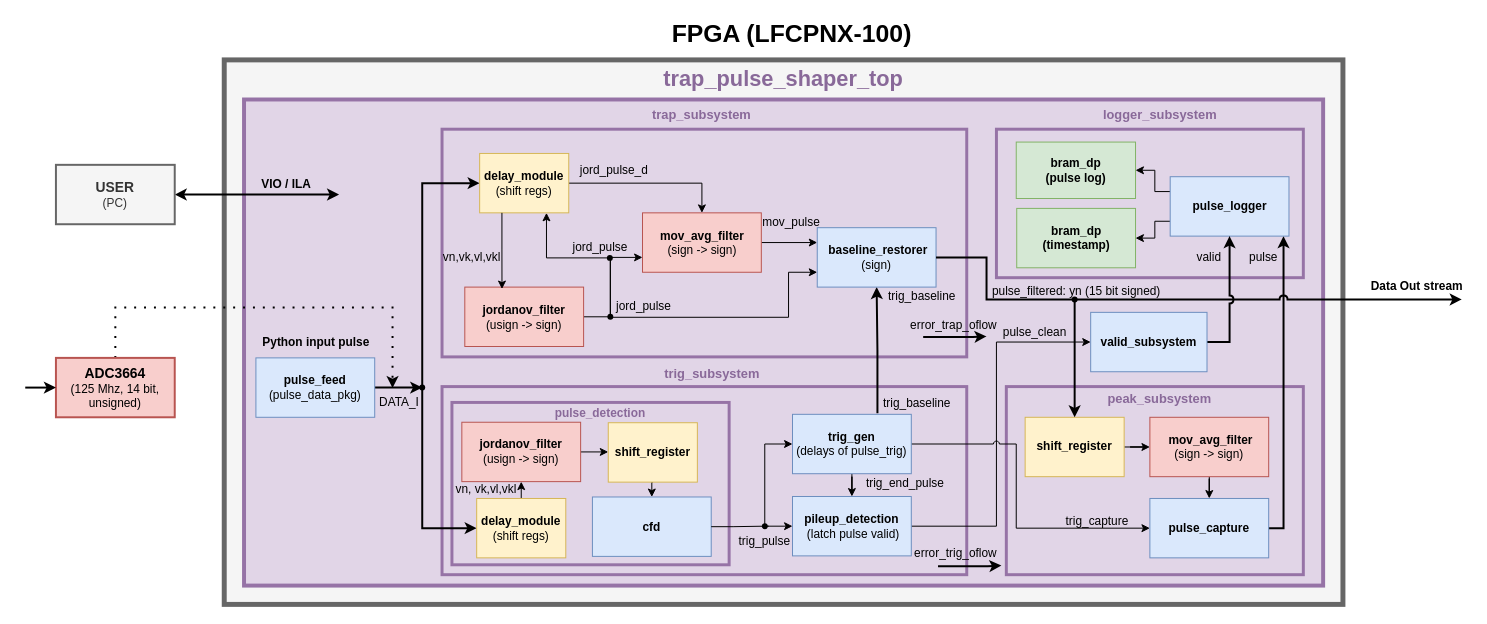
Above: docs/Trapezoidal_Pulse_Shaper_BD.drawio in mexarlg/trap_filter (draw.io), before the change. Source tidied: cells renumbered, new cells numbered last; positions are measured from the earlier drawing's top-left corner, leaving out a move shared by most shapes. Both pictures are drawn from the tidied source at 99%, with x=0, y=0 at pixel (25, 17).
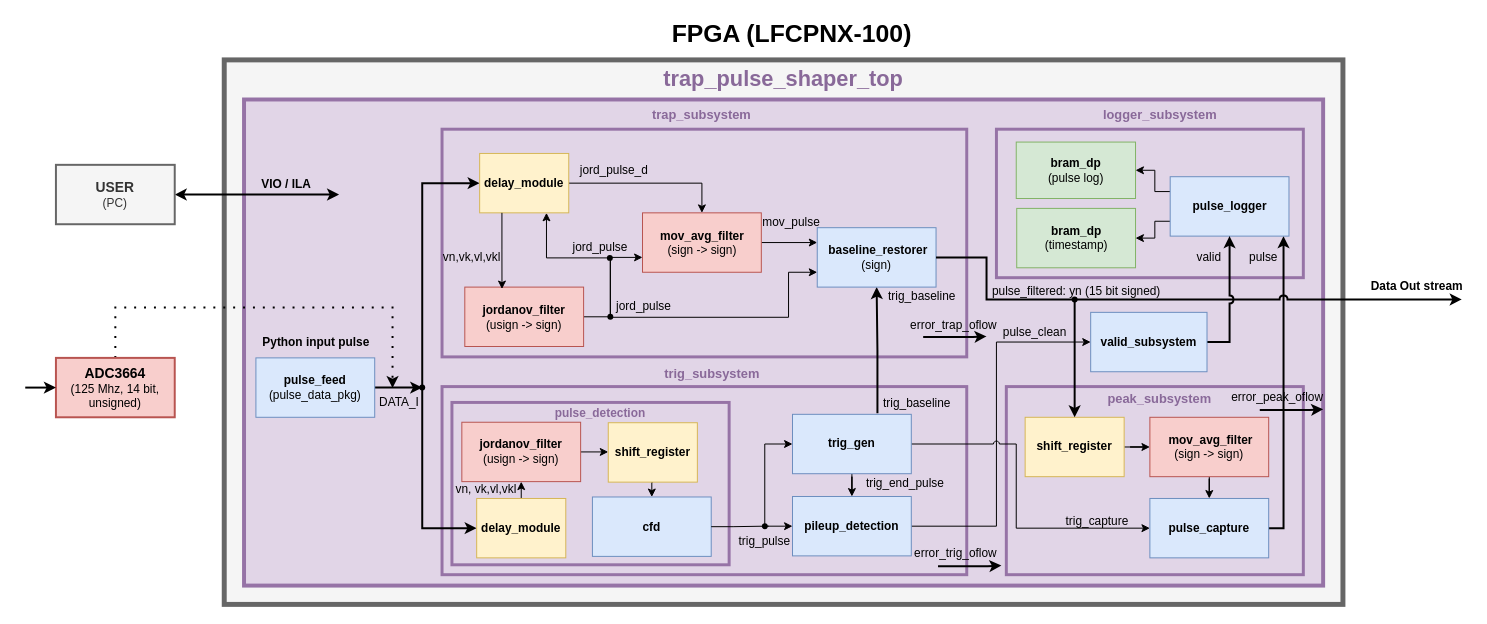
The same diagram, later.

Diff of the diagram source:
```diff
@@
-    <mxCell id="16" value="&lt;div&gt;&lt;span style=&quot;background-color: transparent; color: light-dark(rgb(0, 0, 0), rgb(255, 255, 255));&quot;&gt;&lt;b&gt;delay_module&lt;/b&gt;&lt;/span&gt;&lt;/div&gt;&lt;div&gt;&lt;span style=&quot;background-color: transparent; color: light-dark(rgb(0, 0, 0), rgb(255, 255, 255));&quot;&gt;(shift regs)&lt;/span&gt;&lt;/div&gt;" style="rounded=0;whiteSpace=wrap;html=1;fillColor=#fff2cc;strokeColor=#d6b656;" parent="1" vertex="1">
+    <mxCell id="16" value="&lt;div&gt;&lt;span style=&quot;background-color: transparent; color: light-dark(rgb(0, 0, 0), rgb(255, 255, 255));&quot;&gt;&lt;b&gt;delay_module&lt;/b&gt;&lt;/span&gt;&lt;/div&gt;" style="rounded=0;whiteSpace=wrap;html=1;fillColor=#fff2cc;strokeColor=#d6b656;" parent="1" vertex="1">
       <mxGeometry x="459" y="137.5" width="90" height="60" as="geometry" />
     </mxCell>
@@
-    <mxCell id="18" value="&lt;div&gt;&lt;b&gt;pileup_detection&lt;/b&gt;&lt;/div&gt;&lt;div&gt;&amp;nbsp;(latch pulse valid)&lt;/div&gt;" style="rounded=0;whiteSpace=wrap;html=1;fillColor=#dae8fc;strokeColor=#6c8ebf;" parent="1" vertex="1">
+    <mxCell id="18" value="&lt;div&gt;&lt;b&gt;pileup_detection&lt;/b&gt;&lt;/div&gt;" style="rounded=0;whiteSpace=wrap;html=1;fillColor=#dae8fc;strokeColor=#6c8ebf;" parent="1" vertex="1">
       <mxGeometry x="775" y="484" width="120" height="60" as="geometry" />
     </mxCell>
@@
-    <mxCell id="27" value="&lt;div&gt;&lt;span style=&quot;background-color: transparent; color: light-dark(rgb(0, 0, 0), rgb(255, 255, 255));&quot;&gt;&lt;b&gt;bram_dp&lt;/b&gt;&lt;/span&gt;&lt;/div&gt;&lt;div&gt;&lt;span style=&quot;background-color: transparent; color: light-dark(rgb(0, 0, 0), rgb(255, 255, 255));&quot;&gt;&lt;b&gt;(pulse log)&lt;/b&gt;&lt;/span&gt;&lt;/div&gt;" style="rounded=0;whiteSpace=wrap;html=1;fillColor=#d5e8d4;strokeColor=#82b366;" parent="1" vertex="1">
+    <mxCell id="27" value="&lt;div&gt;&lt;span style=&quot;background-color: transparent; color: light-dark(rgb(0, 0, 0), rgb(255, 255, 255));&quot;&gt;&lt;b&gt;bram_dp&lt;/b&gt;&lt;/span&gt;&lt;/div&gt;&lt;div&gt;&lt;span style=&quot;background-color: transparent; color: light-dark(rgb(0, 0, 0), rgb(255, 255, 255));&quot;&gt;(pulse log)&lt;/span&gt;&lt;/div&gt;" style="rounded=0;whiteSpace=wrap;html=1;fillColor=#d5e8d4;strokeColor=#82b366;" parent="1" vertex="1">
       <mxGeometry x="1001" y="126" width="120.5" height="57" as="geometry" />
     </mxCell>
@@
-    <mxCell id="37" value="&lt;b&gt;trig_gen&lt;/b&gt;&lt;div&gt;(delays of pulse_trig)&lt;/div&gt;" style="rounded=0;whiteSpace=wrap;html=1;fillColor=#dae8fc;strokeColor=#6c8ebf;" parent="1" vertex="1">
+    <mxCell id="37" value="&lt;b&gt;trig_gen&lt;/b&gt;" style="rounded=0;whiteSpace=wrap;html=1;fillColor=#dae8fc;strokeColor=#6c8ebf;" parent="1" vertex="1">
       <mxGeometry x="775" y="401" width="120" height="60" as="geometry" />
     </mxCell>
@@
-    <mxCell id="55" value="&lt;div&gt;&lt;b&gt;delay_module&lt;/b&gt;&lt;/div&gt;&lt;div&gt;(shift regs)&lt;/div&gt;" style="rounded=0;whiteSpace=wrap;html=1;fillColor=#fff2cc;strokeColor=#d6b656;" parent="1" vertex="1">
+    <mxCell id="55" value="&lt;div&gt;&lt;b&gt;delay_module&lt;/b&gt;&lt;/div&gt;" style="rounded=0;whiteSpace=wrap;html=1;fillColor=#fff2cc;strokeColor=#d6b656;" parent="1" vertex="1">
       <mxGeometry x="456" y="486" width="90" height="60" as="geometry" />
     </mxCell>
@@
-    <mxCell id="93" value="&lt;div&gt;&lt;span style=&quot;background-color: transparent; color: light-dark(rgb(0, 0, 0), rgb(255, 255, 255));&quot;&gt;&lt;b&gt;bram_dp&lt;/b&gt;&lt;/span&gt;&lt;/div&gt;&lt;div&gt;&lt;span style=&quot;background-color: transparent; color: light-dark(rgb(0, 0, 0), rgb(255, 255, 255));&quot;&gt;&lt;b&gt;(timestamp)&lt;/b&gt;&lt;/span&gt;&lt;/div&gt;" style="rounded=0;whiteSpace=wrap;html=1;fillColor=#d5e8d4;strokeColor=#82b366;" parent="1" vertex="1">
+    <mxCell id="93" value="&lt;div&gt;&lt;span style=&quot;background-color: transparent; color: light-dark(rgb(0, 0, 0), rgb(255, 255, 255));&quot;&gt;&lt;b&gt;bram_dp&lt;/b&gt;&lt;/span&gt;&lt;/div&gt;&lt;div&gt;&lt;span style=&quot;background-color: transparent; color: light-dark(rgb(0, 0, 0), rgb(255, 255, 255));&quot;&gt;(timestamp)&lt;/span&gt;&lt;/div&gt;" style="rounded=0;whiteSpace=wrap;html=1;fillColor=#d5e8d4;strokeColor=#82b366;" parent="1" vertex="1">
       <mxGeometry x="1001.5" y="193" width="120" height="60" as="geometry" />
     </mxCell>
@@
+    <mxCell id="95" style="edgeStyle=orthogonalEdgeStyle;rounded=0;orthogonalLoop=1;jettySize=auto;html=1;exitX=1;exitY=0.5;exitDx=0;exitDy=0;strokeWidth=2;" parent="1" edge="1">
+      <mxGeometry relative="1" as="geometry">
+        <mxPoint x="1247" y="396.6" as="sourcePoint" />
+        <mxPoint x="1311" y="396" as="targetPoint" />
+        <Array as="points">
+          <mxPoint x="1297" y="396.6" />
+        </Array>
+      </mxGeometry>
+    </mxCell>
+    <mxCell id="96" value="error_peak_oflow" style="text;html=1;whiteSpace=wrap;strokeColor=none;fillColor=none;align=center;verticalAlign=middle;rounded=0;" parent="1" vertex="1">
+      <mxGeometry x="1245" y="381.2" width="40" height="5" as="geometry" />
+    </mxCell>
```
